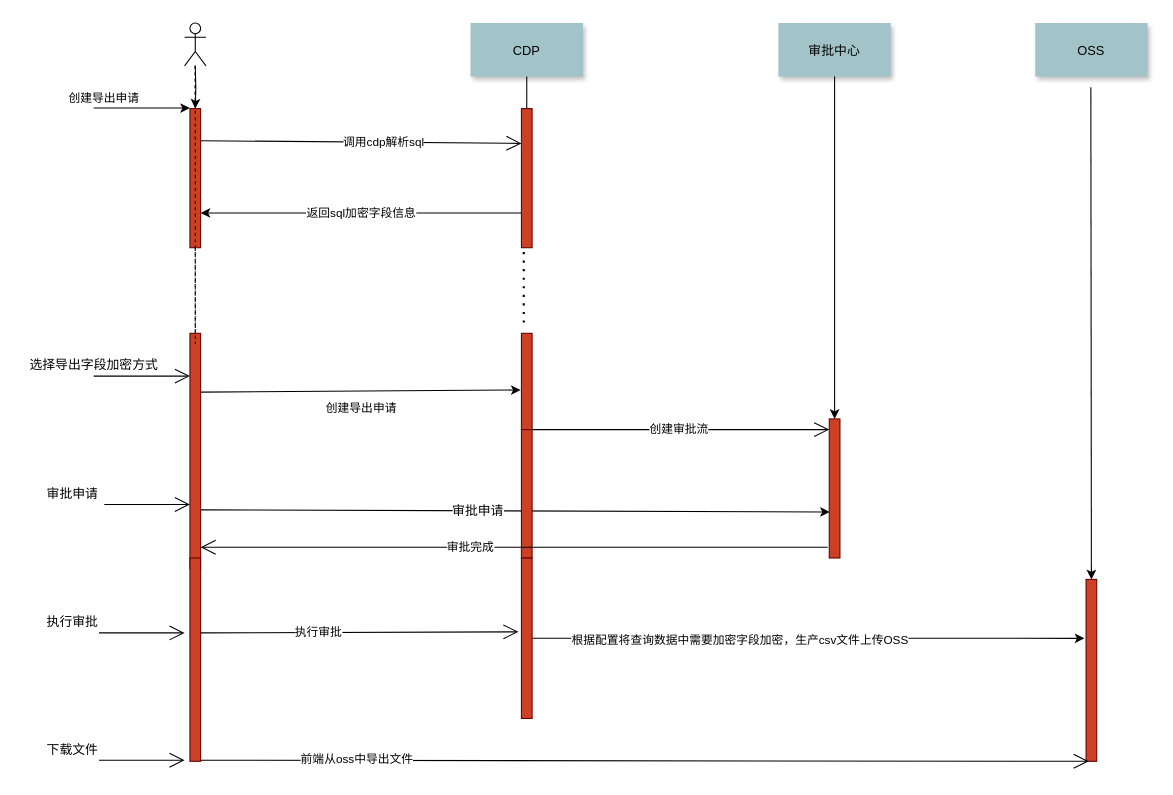
221770490011111/bhy keeps this draw.io diagram as 泳道图 Diagram.drawio. Above is the earlier version. Source tidied: cells renumbered, new cells numbered last; positions are measured from the earlier drawing's top-left corner, leaving out a move shared by most shapes. Both pictures are drawn from the tidied source at 107%, with x=0, y=0 at pixel (18, 22).
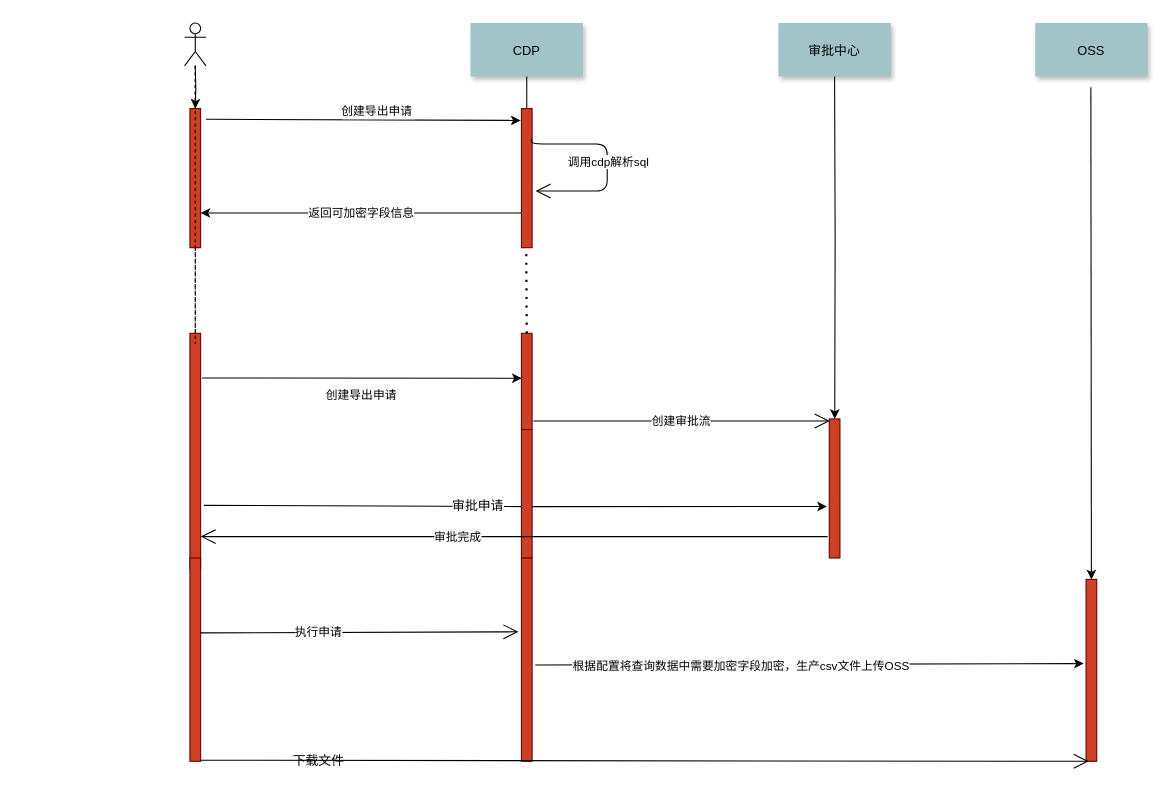
After the change.

Unchanged cells that the change refers to:
```xml
<mxCell id="2" style="fillColor=#CC4125;strokeColor=#660000;" parent="1" vertex="1">
  <mxGeometry x="160" y="80" width="10" height="130" as="geometry" />
</mxCell>
<mxCell id="7" style="fillColor=#CC4125;strokeColor=#660000;" parent="1" vertex="1">
  <mxGeometry x="469.8" y="80" width="10" height="130" as="geometry" />
</mxCell>
<mxCell id="13" style="fillColor=#CC4125;strokeColor=#660000;" parent="1" vertex="1">
  <mxGeometry x="160" y="290" width="10" height="220" as="geometry" />
</mxCell>
<mxCell id="15" style="fillColor=#CC4125;strokeColor=#660000;" parent="1" vertex="1">
  <mxGeometry x="469.8" y="290" width="10" height="90" as="geometry" />
</mxCell>
<mxCell id="24" value="审批中心" style="shadow=1;fillColor=#A2C4C9;strokeColor=none;" parent="1" vertex="1">
  <mxGeometry x="710" width="105" height="50" as="geometry" />
</mxCell>
<mxCell id="25" style="fillColor=#CC4125;strokeColor=#660000;" parent="1" vertex="1">
  <mxGeometry x="757.5" y="370" width="10" height="130" as="geometry" />
</mxCell>
<mxCell id="42" style="fillColor=#CC4125;strokeColor=#660000;" parent="1" vertex="1">
  <mxGeometry x="997.5" y="520" width="10" height="170" as="geometry" />
</mxCell>
<mxCell id="44" style="endArrow=open;endFill=1;endSize=12;html=1;entryX=0.25;entryY=1;entryDx=0;entryDy=0;" parent="1" edge="1" target="42">
  <mxGeometry relative="1" as="geometry">
    <mxPoint x="170" y="689" as="sourcePoint" />
  </mxGeometry>
</mxCell>
```

What changed in the source:
```diff
@@
-    <mxCell id="3" value="创建导出申请" style="edgeStyle=none;verticalLabelPosition=top;verticalAlign=bottom;labelPosition=left;align=right;" parent="1" edge="1">
-      <mxGeometry x="110" y="49.5" as="geometry">
-        <mxPoint x="70" y="79.5" as="sourcePoint" />
-        <mxPoint x="160" y="79.5" as="targetPoint" />
+    <mxCell id="3" value="创建导出申请" style="edgeStyle=none;verticalLabelPosition=top;verticalAlign=bottom;labelPosition=left;align=right;entryX=-0.078;entryY=0.085;entryDx=0;entryDy=0;entryPerimeter=0;" parent="1" edge="1" target="7">
+      <mxGeometry as="geometry">
+        <mxPoint x="175" y="90" as="sourcePoint" />
+        <mxPoint x="48" y="1" as="offset" />
       </mxGeometry>
     </mxCell>
@@
-    <mxCell id="6" value="返回sql加密字段信息" style="edgeStyle=orthogonalEdgeStyle;curved=1;jettySize=auto;html=1;exitX=0;exitY=0.75;exitDx=0;exitDy=0;entryX=1;entryY=0.75;entryDx=0;entryDy=0;" parent="1" edge="1" source="7" target="2">
+    <mxCell id="6" value="返回可加密字段信息" style="edgeStyle=orthogonalEdgeStyle;curved=1;jettySize=auto;html=1;exitX=0;exitY=0.75;exitDx=0;exitDy=0;entryX=1;entryY=0.75;entryDx=0;entryDy=0;" parent="1" edge="1" source="7" target="2">
       <mxGeometry relative="1" as="geometry">
         <Array as="points">
           <mxPoint x="190" y="178" />
           <mxPoint x="190" y="178" />
         </Array>
       </mxGeometry>
     </mxCell>
@@
-    <mxCell id="9" value="创建导出申请" style="edgeStyle=none;jettySize=auto;html=1;exitX=1;exitY=0.25;exitDx=0;exitDy=0;" parent="1" edge="1" source="13">
+    <mxCell id="9" value="创建导出申请" style="jettySize=auto;html=1;exitX=1.129;exitY=0.19;exitDx=0;exitDy=0;exitPerimeter=0;" parent="1" edge="1" source="13">
       <mxGeometry y="-16" relative="1" as="geometry">
-        <mxPoint x="469" y="343" as="targetPoint" />
+        <mxPoint x="470" y="332" as="targetPoint" />
       </mxGeometry>
     </mxCell>
-    <mxCell id="10" style="edgeStyle=none;jettySize=auto;html=1;exitX=1;exitY=0.75;exitDx=0;exitDy=0;entryX=0.05;entryY=0.669;entryDx=0;entryDy=0;entryPerimeter=0;" parent="1" edge="1" source="13" target="25">
-      <mxGeometry relative="1" as="geometry" />
+    <mxCell id="10" style="edgeStyle=none;jettySize=auto;html=1;exitX=1.3;exitY=0.731;exitDx=0;exitDy=0;entryX=-0.222;entryY=0.63;entryDx=0;entryDy=0;entryPerimeter=0;exitPerimeter=0;" parent="1" edge="1" source="13" target="25">
+      <mxGeometry relative="1" as="geometry">
+        <Array as="points">
+          <mxPoint x="480" y="452" />
+        </Array>
+      </mxGeometry>
     </mxCell>
@@
-    <mxCell id="17" style="endArrow=open;endFill=1;endSize=12;html=1;entryX=0;entryY=0.25;entryDx=0;entryDy=0;" parent="1" edge="1" target="7">
+    <mxCell id="17" style="endArrow=open;endFill=1;endSize=12;html=1;entryX=1.322;entryY=0.592;entryDx=0;entryDy=0;entryPerimeter=0;edgeStyle=orthogonalEdgeStyle;exitX=0.95;exitY=0.219;exitDx=0;exitDy=0;exitPerimeter=0;" parent="1" edge="1" source="7" target="7">
       <mxGeometry relative="1" as="geometry">
-        <mxPoint x="170" y="110" as="sourcePoint" />
+        <Array as="points">
+          <mxPoint x="479" y="113" />
+          <mxPoint x="550" y="113" />
+          <mxPoint x="550" y="157" />
+        </Array>
       </mxGeometry>
     </mxCell>
     <mxCell id="18" value="调用cdp解析sql" style="edgeLabel;html=1;align=center;verticalAlign=middle;" parent="17" vertex="1">
       <mxGeometry x="0.84" y="2" relative="1" as="geometry">
-        <mxPoint x="-106" as="offset" />
+        <mxPoint x="52.1" y="-29" as="offset" />
       </mxGeometry>
     </mxCell>
-    <mxCell id="19" style="endArrow=open;endFill=1;endSize=12;html=1;" parent="1" edge="1">
-      <mxGeometry relative="1" as="geometry">
-        <mxPoint x="70" y="330" as="sourcePoint" />
-        <mxPoint x="160" y="330" as="targetPoint" />
-      </mxGeometry>
-    </mxCell>
-    <mxCell id="20" value="选择导出字段加密方式" style="text;html=1;align=center;verticalAlign=middle;" parent="1" vertex="1">
-      <mxGeometry y="310" width="140" height="20" as="geometry" />
-    </mxCell>
@@
-    <mxCell id="22" style="endArrow=none;dashed=1;html=1;dashPattern=1 3;strokeWidth=2;" parent="1" edge="1">
+    <mxCell id="22" style="endArrow=none;dashed=1;html=1;dashPattern=1 3;strokeWidth=2;exitX=0.5;exitY=0;exitDx=0;exitDy=0;" parent="1" edge="1" source="15">
       <mxGeometry relative="1" as="geometry">
-        <mxPoint x="472" y="280" as="sourcePoint" />
-        <mxPoint x="472" y="210" as="targetPoint" />
+        <mxPoint x="474.3" y="210" as="targetPoint" />
       </mxGeometry>
     </mxCell>
@@
     <mxCell id="26" style="edgeStyle=none;jettySize=auto;html=1;exitX=0.5;exitY=1;exitDx=0;exitDy=0;" parent="1" edge="1" source="24" target="25">
-      <mxGeometry relative="1" as="geometry" />
+      <mxGeometry relative="1" as="geometry">
+        <Array as="points">
+          <mxPoint x="763" y="200" />
+        </Array>
+      </mxGeometry>
     </mxCell>
-    <mxCell id="27" value="创建审批流" style="endArrow=open;endFill=1;endSize=12;html=1;exitX=0.75;exitY=1;exitDx=0;exitDy=0;" parent="1" edge="1" source="15">
+    <mxCell id="27" value="创建审批流" style="endArrow=open;endFill=1;endSize=12;html=1;exitX=1.122;exitY=0.91;exitDx=0;exitDy=0;exitPerimeter=0;" parent="1" edge="1" source="15">
       <mxGeometry relative="1" as="geometry">
-        <mxPoint x="757.5" y="380" as="targetPoint" />
+        <mxPoint x="758" y="372" as="targetPoint" />
       </mxGeometry>
     </mxCell>
-    <mxCell id="28" style="endArrow=open;endFill=1;endSize=12;html=1;" parent="1" edge="1">
-      <mxGeometry relative="1" as="geometry">
-        <mxPoint x="80" y="450" as="sourcePoint" />
-        <mxPoint x="160" y="450" as="targetPoint" />
-      </mxGeometry>
-    </mxCell>
-    <mxCell id="29" value="审批申请" style="text;html=1;align=center;verticalAlign=middle;" parent="1" vertex="1">
-      <mxGeometry x="20" y="430" width="60" height="20" as="geometry" />
-    </mxCell>
@@
-    <mxCell id="31" style="endArrow=open;endFill=1;endSize=12;html=1;entryX=1;entryY=0.909;entryDx=0;entryDy=0;entryPerimeter=0;" parent="1" edge="1" target="13">
+    <mxCell id="31" style="endArrow=open;endFill=1;endSize=12;html=1;" parent="1" edge="1">
       <mxGeometry relative="1" as="geometry">
-        <mxPoint x="756" y="490" as="sourcePoint" />
+        <mxPoint x="756" y="480" as="sourcePoint" />
+        <mxPoint x="170" y="480" as="targetPoint" />
+        <Array as="points">
+          <mxPoint x="170" y="480" />
+          <mxPoint x="180" y="480" />
+        </Array>
       </mxGeometry>
     </mxCell>
@@
-    <mxCell id="34" style="edgeStyle=none;jettySize=auto;html=1;exitX=1;exitY=0.5;exitDx=0;exitDy=0;entryX=-0.15;entryY=0.324;entryDx=0;entryDy=0;entryPerimeter=0;" parent="1" edge="1" source="36" target="42">
+    <mxCell id="34" style="jettySize=auto;html=1;exitX=1.293;exitY=0.526;exitDx=0;exitDy=0;entryX=-0.221;entryY=0.463;entryDx=0;entryDy=0;entryPerimeter=0;exitPerimeter=0;" parent="1" edge="1" source="36" target="42">
       <mxGeometry relative="1" as="geometry" />
     </mxCell>
@@
     <mxCell id="36" style="fillColor=#CC4125;strokeColor=#660000;" parent="1" vertex="1">
-      <mxGeometry x="469.8" y="500" width="10" height="150" as="geometry" />
+      <mxGeometry x="469.8" y="500" width="10" height="190" as="geometry" />
     </mxCell>
-    <mxCell id="37" style="endArrow=open;endFill=1;endSize=12;html=1;entryX=-0.278;entryY=0.46;entryDx=0;entryDy=0;entryPerimeter=0;" parent="1" edge="1" target="36">
+    <mxCell id="37" style="endArrow=open;endFill=1;endSize=12;html=1;" parent="1" edge="1">
       <mxGeometry relative="1" as="geometry">
         <mxPoint x="170" y="570" as="sourcePoint" />
+        <mxPoint x="467" y="569" as="targetPoint" />
+        <Array as="points">
+          <mxPoint x="460" y="569" />
+        </Array>
       </mxGeometry>
     </mxCell>
-    <mxCell id="38" value="执行审批" style="edgeLabel;html=1;align=center;verticalAlign=middle;" parent="37" vertex="1">
+    <mxCell id="38" value="执行申请" style="edgeLabel;html=1;align=center;verticalAlign=middle;" parent="37" vertex="1">
       <mxGeometry x="-0.26" y="1" relative="1" as="geometry" />
     </mxCell>
-    <mxCell id="39" style="endArrow=open;endFill=1;endSize=12;html=1;" parent="1" edge="1">
-      <mxGeometry relative="1" as="geometry">
-        <mxPoint x="75" y="570" as="sourcePoint" />
-        <mxPoint x="155" y="570" as="targetPoint" />
-      </mxGeometry>
-    </mxCell>
-    <mxCell id="40" value="执行审批" style="text;html=1;align=center;verticalAlign=middle;" parent="1" vertex="1">
-      <mxGeometry x="20" y="550" width="60" height="20" as="geometry" />
-    </mxCell>
@@
-    <mxCell id="45" value="前端从oss中导出文件" style="edgeLabel;html=1;align=center;verticalAlign=middle;" parent="44" vertex="1">
-      <mxGeometry x="-0.65" y="2" relative="1" as="geometry" />
-    </mxCell>
-    <mxCell id="46" style="endArrow=open;endFill=1;endSize=12;html=1;" parent="1" edge="1">
-      <mxGeometry relative="1" as="geometry">
-        <mxPoint x="75" y="689" as="sourcePoint" />
-        <mxPoint x="155" y="689" as="targetPoint" />
-      </mxGeometry>
-    </mxCell>
     <mxCell id="47" value="下载文件" style="text;html=1;align=center;verticalAlign=middle;" parent="1" vertex="1">
-      <mxGeometry x="20" y="670" width="60" height="20" as="geometry" />
+      <mxGeometry x="250" y="680" width="60" height="20" as="geometry" />
     </mxCell>
```
